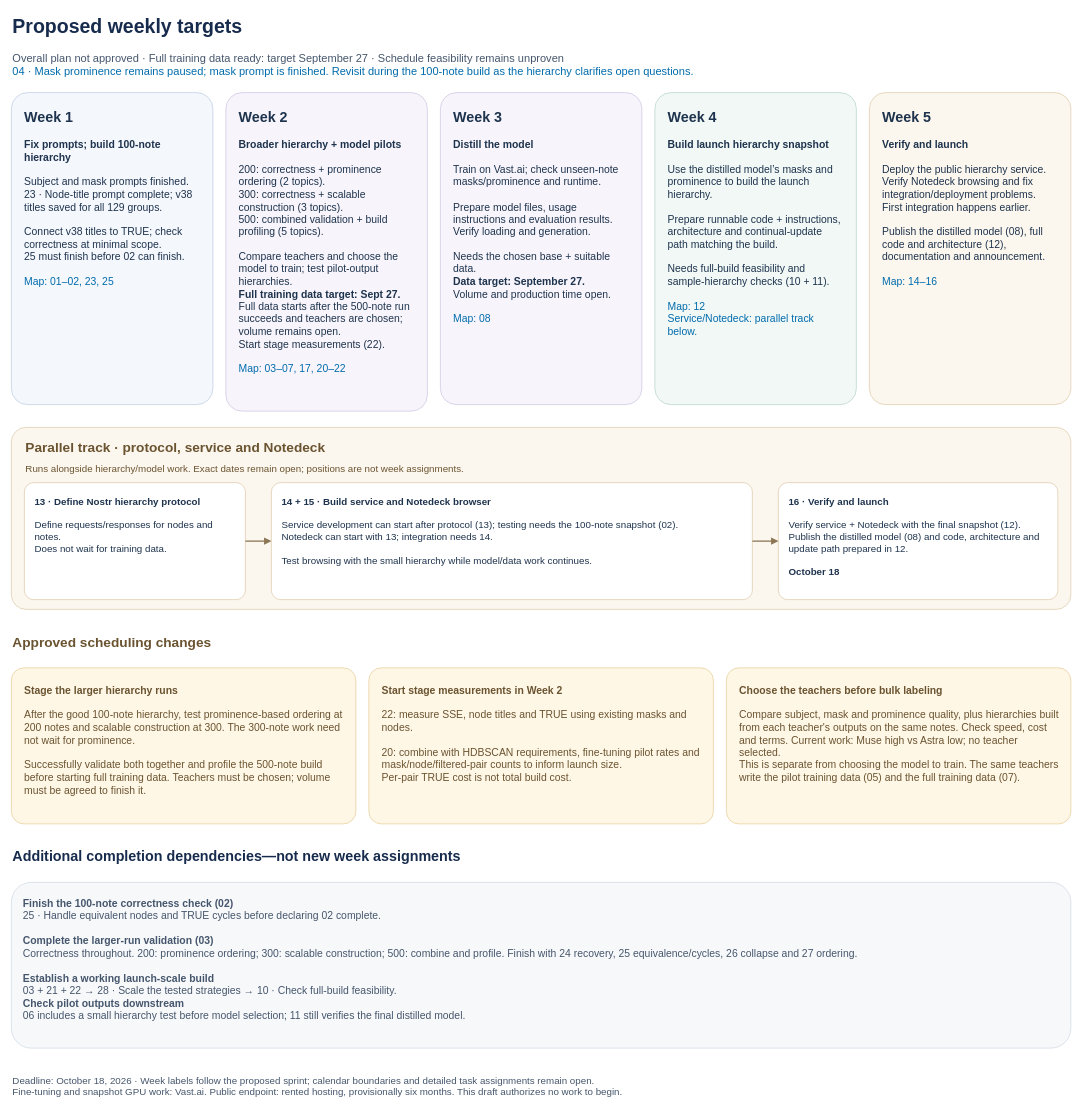
This is page "2 — Proposed weekly targets" (2 of 2) of docs/planning/october-18-release.drawio from kernelkind/oracle-research, a draw.io file, before an edit. Source tidied: cells renumbered, new cells numbered last; positions are measured from the earlier drawing's top-left corner, leaving out a move shared by most shapes. Both pictures are drawn from the tidied source at 65%, with x=0, y=0 at pixel (11, 11).
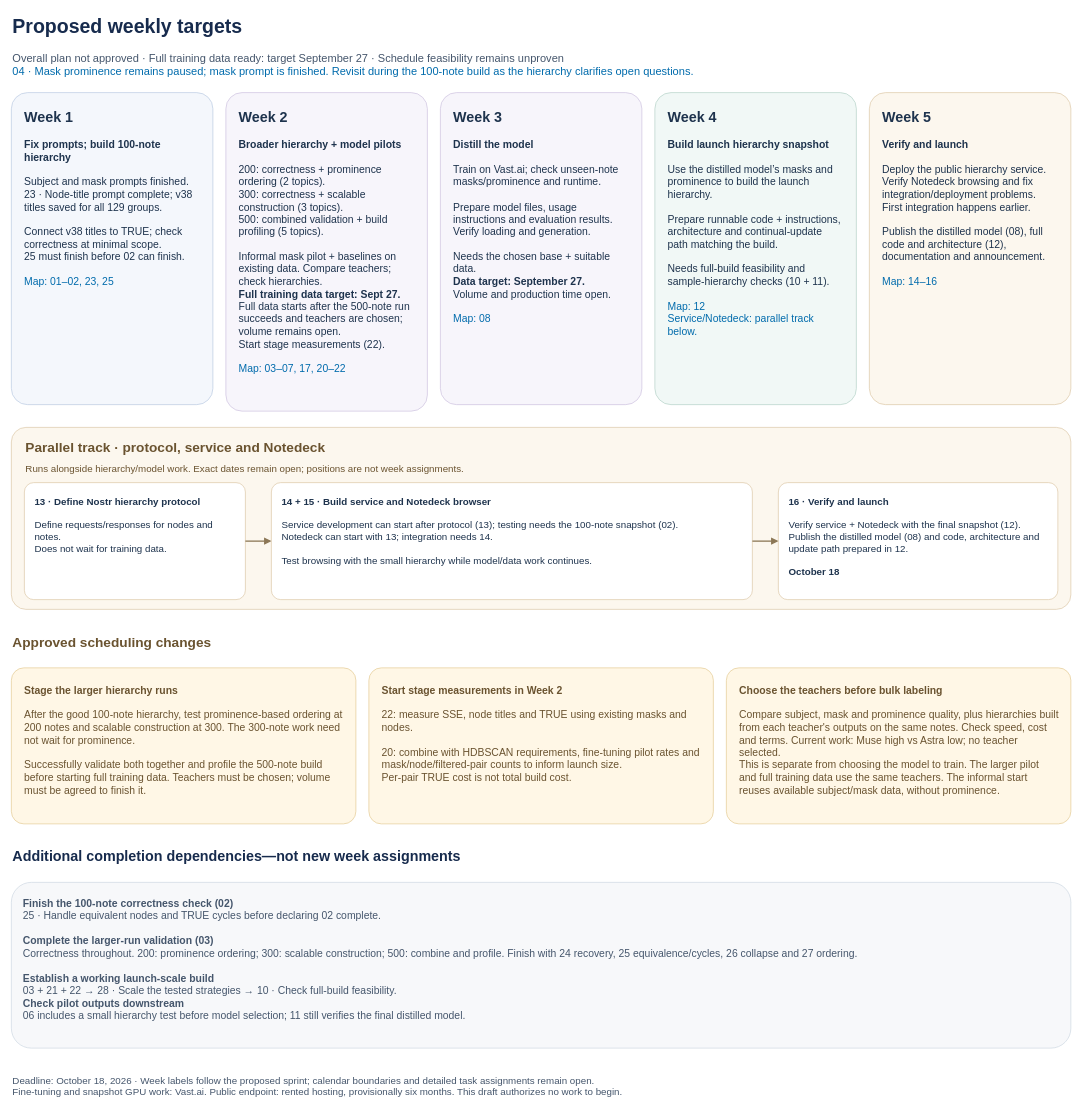
The same page after the edit.

Commit message (it also covers changes not shown here):
Prepare informal mask distillation pilot

What changed in the source:
```diff
@@
-    <mxCell id="5" value="&lt;font style=&quot;font-size:22px&quot;&gt;&lt;b&gt;Week 2&lt;/b&gt;&lt;/font&gt;&lt;br&gt;&lt;br&gt;&lt;b&gt;Broader hierarchy + model pilots&lt;/b&gt;&lt;br&gt;&lt;br&gt;200: correctness + prominence ordering (2 topics).&lt;br&gt;300: correctness + scalable construction (3 topics).&lt;br&gt;500: combined validation + build profiling (5 topics).&lt;br&gt;&lt;br&gt;Compare teachers and choose the model to train; test pilot-output hierarchies.&lt;br&gt;&lt;b&gt;Full training data target: Sept 27.&lt;/b&gt;&lt;br&gt;Full data starts after the 500-note run succeeds and teachers are chosen; volume remains open.&lt;br&gt;Start stage measurements (22).&lt;br&gt;&lt;br&gt;&lt;font color=&quot;light-dark(#6b7788, #bac6d3)&quot;&gt;Map: 03–07, 17, 20–22&lt;/font&gt;" style="rounded=1;arcSize=8;whiteSpace=wrap;html=1;fillColor=light-dark(#f7f5fb, #303c49);strokeColor=light-dark(#cbbfdd, #7c8da1);align=left;verticalAlign=top;spacing=20;fontSize=16;fontColor=light-dark(#1e334d, #e6edf3);" parent="1" vertex="1">
+    <mxCell id="5" value="&lt;font style=&quot;font-size:22px&quot;&gt;&lt;b&gt;Week 2&lt;/b&gt;&lt;/font&gt;&lt;br&gt;&lt;br&gt;&lt;b&gt;Broader hierarchy + model pilots&lt;/b&gt;&lt;br&gt;&lt;br&gt;200: correctness + prominence ordering (2 topics).&lt;br&gt;300: correctness + scalable construction (3 topics).&lt;br&gt;500: combined validation + build profiling (5 topics).&lt;br&gt;&lt;br&gt;Informal mask pilot + baselines on existing data. Compare teachers; check hierarchies.&lt;br&gt;&lt;b&gt;Full training data target: Sept 27.&lt;/b&gt;&lt;br&gt;Full data starts after the 500-note run succeeds and teachers are chosen; volume remains open.&lt;br&gt;Start stage measurements (22).&lt;br&gt;&lt;br&gt;&lt;font color=&quot;light-dark(#6b7788, #bac6d3)&quot;&gt;Map: 03–07, 17, 20–22&lt;/font&gt;" style="rounded=1;arcSize=8;whiteSpace=wrap;html=1;fillColor=light-dark(#f7f5fb, #303c49);strokeColor=light-dark(#cbbfdd, #7c8da1);align=left;verticalAlign=top;spacing=20;fontSize=16;fontColor=light-dark(#1e334d, #e6edf3);" parent="1" vertex="1">
       <mxGeometry x="330" y="125" width="310" height="490" as="geometry" />
     </mxCell>
@@
-    <mxCell id="20" value="&lt;b&gt;Choose the teachers before bulk labeling&lt;/b&gt;&lt;br&gt;&lt;br&gt;Compare subject, mask and prominence quality, plus hierarchies built from each teacher's outputs on the same notes. Check speed, cost and terms. Current work: Muse high vs Astra low; no teacher selected.&lt;br&gt;This is separate from choosing the model to train. The same teachers write the pilot training data (05) and the full training data (07)." style="rounded=1;arcSize=8;whiteSpace=wrap;html=1;fillColor=light-dark(#fff7e6, #332d24);strokeColor=light-dark(#e2c88f, #7c8da1);align=left;verticalAlign=top;spacing=20;fontSize=16;fontColor=light-dark(#6a5330, #e6edf3);" parent="1" vertex="1">
+    <mxCell id="20" value="&lt;b&gt;Choose the teachers before bulk labeling&lt;/b&gt;&lt;br&gt;&lt;br&gt;Compare subject, mask and prominence quality, plus hierarchies built from each teacher's outputs on the same notes. Check speed, cost and terms. Current work: Muse high vs Astra low; no teacher selected.&lt;br&gt;This is separate from choosing the model to train. The larger pilot and full training data use the same teachers. The informal start reuses available subject/mask data, without prominence." style="rounded=1;arcSize=8;whiteSpace=wrap;html=1;fillColor=light-dark(#fff7e6, #332d24);strokeColor=light-dark(#e2c88f, #7c8da1);align=left;verticalAlign=top;spacing=20;fontSize=16;fontColor=light-dark(#6a5330, #e6edf3);" parent="1" vertex="1">
       <mxGeometry x="1100" y="1010" width="530" height="240" as="geometry" />
     </mxCell>
```
